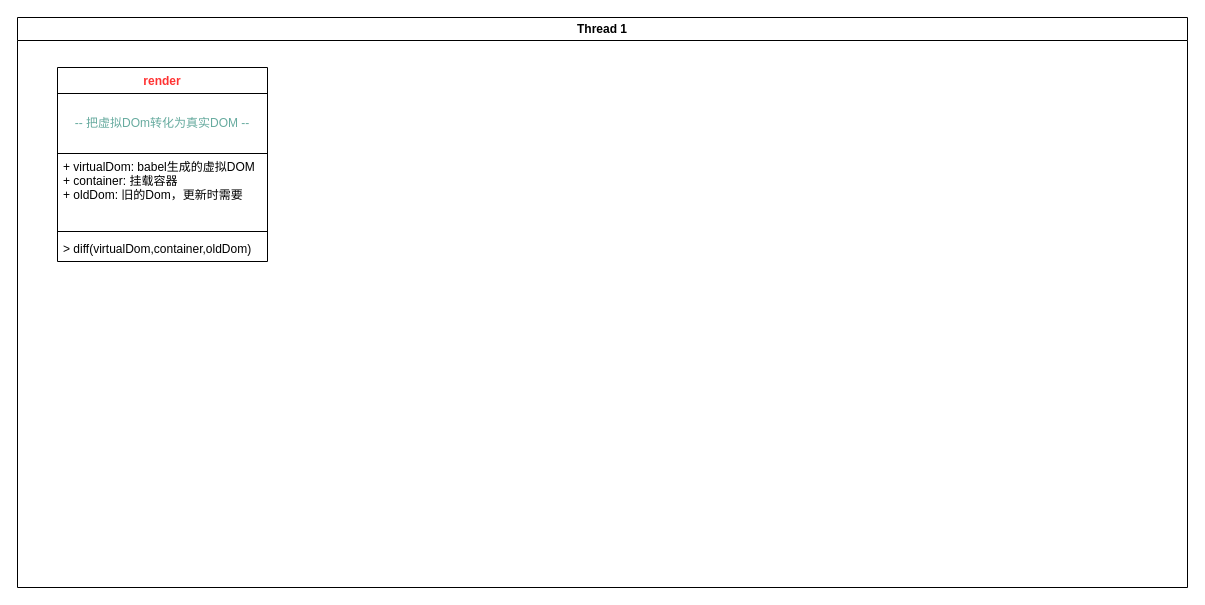
Above: 未命名绘图.drawio in eaweadaws0/mini-react (draw.io), before the change. Source tidied: cells renumbered, new cells numbered last; positions are measured from the earlier drawing's top-left corner, leaving out a move shared by most shapes. Both pictures are drawn from the tidied source at 100%, with x=0, y=0 at pixel (17, 17).
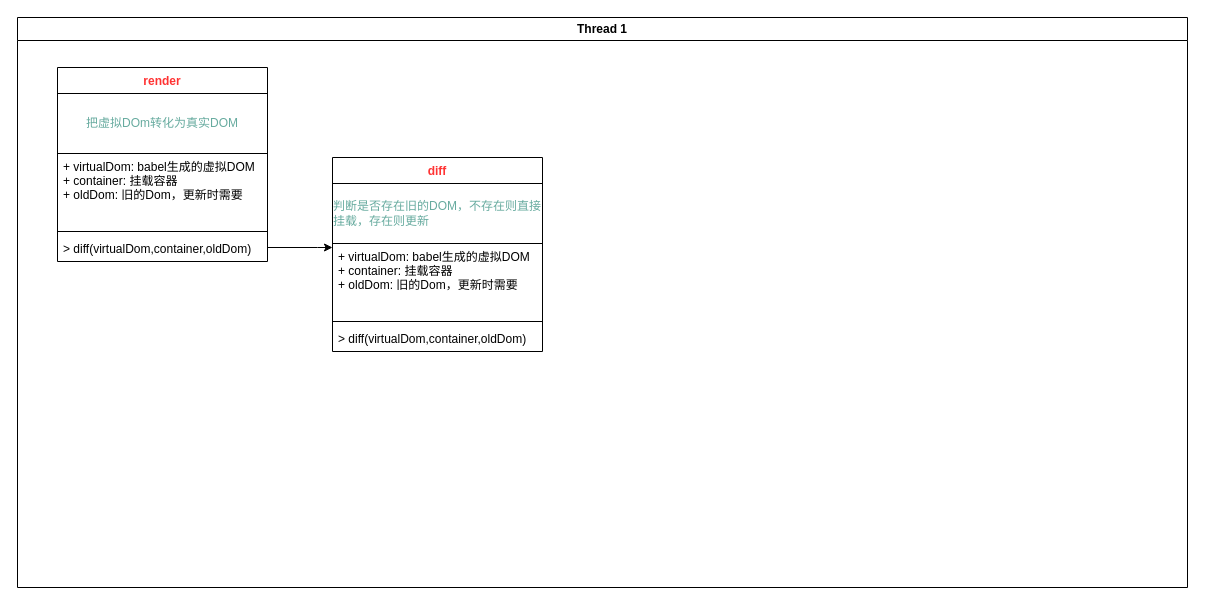
Above is the later version.

Commit message (it also covers changes not shown here):
更新未命名绘图.drawio

The edit, as a diff of the source:
```diff
@@
 <mxGraphModel>
   <root>
     <mxCell id="0" />
     <mxCell id="1" parent="0" />
     <mxCell id="2" value="Thread 1" style="swimlane;whiteSpace=wrap;" parent="1" vertex="1">
       <mxGeometry width="1170" height="570" as="geometry" />
     </mxCell>
+    <mxCell id="8" style="edgeStyle=orthogonalEdgeStyle;rounded=0;jettySize=auto;html=1;fontFamily=Helvetica;fontSize=12;fontColor=#FF3333;startSize=26;" parent="2" edge="1" source="3" target="9">
+      <mxGeometry relative="1" as="geometry">
+        <Array as="points">
+          <mxPoint x="300" y="230" />
+          <mxPoint x="300" y="230" />
+        </Array>
+      </mxGeometry>
+    </mxCell>
     <mxCell id="3" value="render" style="swimlane;fontStyle=1;align=center;verticalAlign=top;horizontal=1;startSize=26;fontColor=#FF3333;" parent="2" vertex="1">
       <mxGeometry x="40" y="50" width="210" height="194" as="geometry" />
     </mxCell>
-    <mxCell id="4" value="&lt;span style=&quot;text-align: left;&quot;&gt;&lt;font color=&quot;#67ab9f&quot;&gt;-- 把虚拟DOm转化为真实DOM --&lt;/font&gt;&lt;/span&gt;" style="rounded=0;whiteSpace=wrap;html=1;fontColor=#FF3333;" parent="3" vertex="1">
+    <mxCell id="4" value="&lt;span style=&quot;text-align: left;&quot;&gt;&lt;font color=&quot;#67ab9f&quot;&gt;把虚拟DOm转化为真实DOM&lt;/font&gt;&lt;/span&gt;" style="rounded=0;whiteSpace=wrap;html=1;fontColor=#FF3333;" parent="3" vertex="1">
       <mxGeometry y="26" width="210" height="60" as="geometry" />
     </mxCell>
     <mxCell id="5" value="+ virtualDom: babel生成的虚拟DOM&#10;+ container: 挂载容器&#10;+ oldDom: 旧的Dom，更新时需要" style="text;strokeColor=none;fillColor=none;align=left;verticalAlign=top;spacingLeft=4;spacingRight=4;overflow=hidden;" parent="3" vertex="1">
       <mxGeometry y="86" width="210" height="74" as="geometry" />
     </mxCell>
     <mxCell id="6" style="line;strokeWidth=1;fillColor=none;align=left;verticalAlign=middle;spacingTop=-1;spacingLeft=3;spacingRight=3;labelPosition=right;" parent="3" vertex="1">
       <mxGeometry y="160" width="210" height="8" as="geometry" />
     </mxCell>
     <mxCell id="7" value="&gt; diff(virtualDom,container,oldDom) " style="text;strokeColor=none;fillColor=none;align=left;verticalAlign=top;spacingLeft=4;spacingRight=4;overflow=hidden;" parent="3" vertex="1">
       <mxGeometry y="168" width="210" height="26" as="geometry" />
     </mxCell>
+    <mxCell id="9" value="diff" style="swimlane;fontStyle=1;align=center;verticalAlign=top;horizontal=1;startSize=26;fontColor=#FF3333;" parent="2" vertex="1">
+      <mxGeometry x="315" y="140" width="210" height="194" as="geometry" />
+    </mxCell>
+    <mxCell id="10" value="&lt;div style=&quot;text-align: left;&quot;&gt;&lt;span style=&quot;background-color: initial;&quot;&gt;&lt;font color=&quot;#67ab9f&quot;&gt;判断是否存在旧的DOM，不存在则直接挂载，存在则更新&lt;/font&gt;&lt;/span&gt;&lt;/div&gt;" style="rounded=0;whiteSpace=wrap;html=1;fontColor=#FF3333;" parent="9" vertex="1">
+      <mxGeometry y="26" width="210" height="60" as="geometry" />
+    </mxCell>
+    <mxCell id="11" value="+ virtualDom: babel生成的虚拟DOM&#10;+ container: 挂载容器&#10;+ oldDom: 旧的Dom，更新时需要" style="text;strokeColor=none;fillColor=none;align=left;verticalAlign=top;spacingLeft=4;spacingRight=4;overflow=hidden;" parent="9" vertex="1">
+      <mxGeometry y="86" width="210" height="74" as="geometry" />
+    </mxCell>
+    <mxCell id="12" style="line;strokeWidth=1;fillColor=none;align=left;verticalAlign=middle;spacingTop=-1;spacingLeft=3;spacingRight=3;labelPosition=right;" parent="9" vertex="1">
+      <mxGeometry y="160" width="210" height="8" as="geometry" />
+    </mxCell>
+    <mxCell id="13" value="&gt; diff(virtualDom,container,oldDom) " style="text;strokeColor=none;fillColor=none;align=left;verticalAlign=top;spacingLeft=4;spacingRight=4;overflow=hidden;" parent="9" vertex="1">
+      <mxGeometry y="168" width="210" height="26" as="geometry" />
+    </mxCell>
   </root>
 </mxGraphModel>
```
